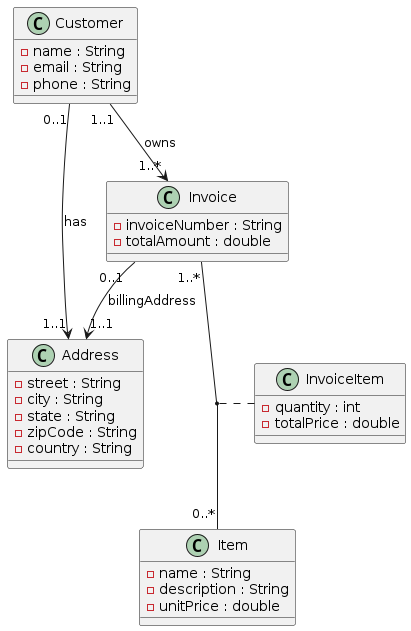
duvaldev203/digital-invoicing keeps this PlantUML diagram as resources/diagrams/class_diagram.png. Above is the earlier version.
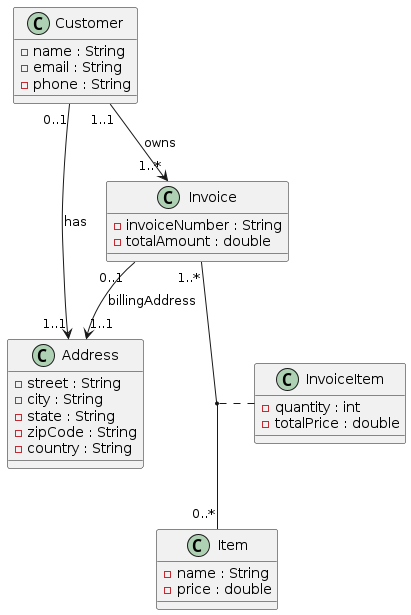
The same file after the commit.

The edit, as a diff of the source:
```diff
@@ -21,8 +21,7 @@
 
 class Item {
   - name : String
-  - description : String
-  - unitPrice : double
+  - price : double
 }
 
 Customer "1..1" --> "1..*" Invoice : owns
```
